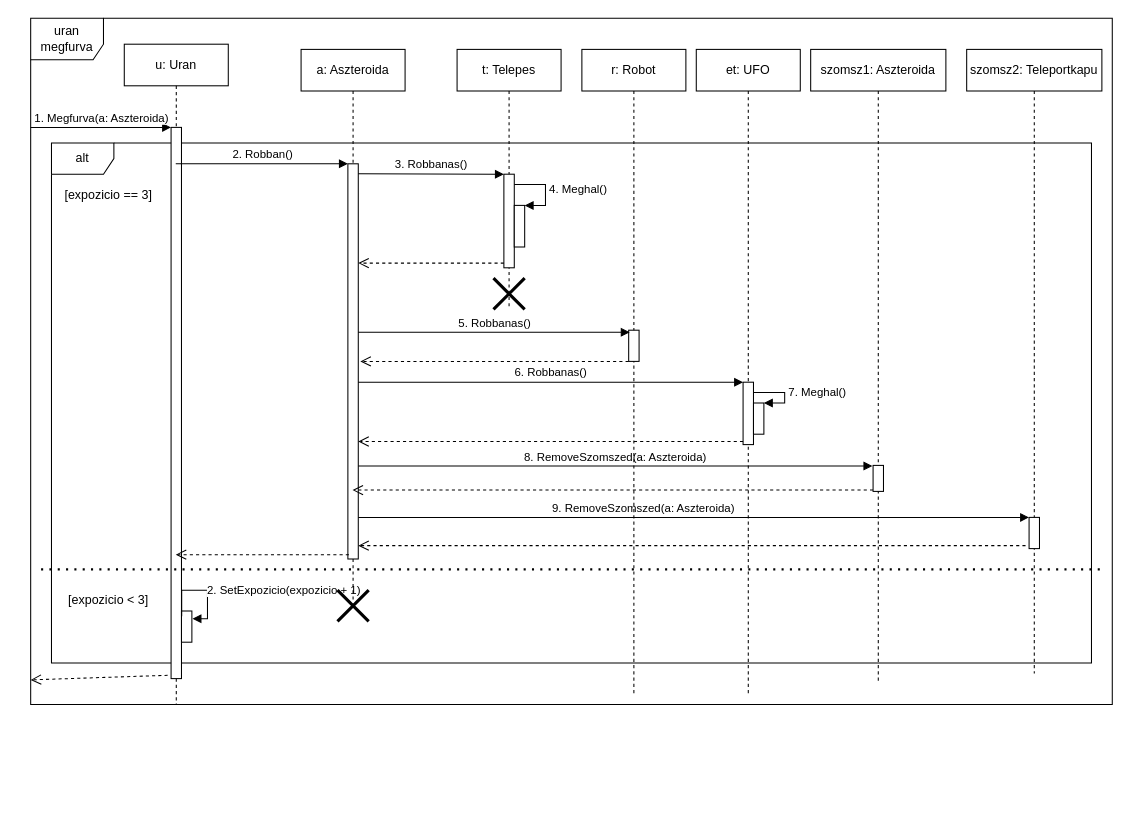
The draw.io diagram page "aszteroida robban" (2 of 5) of doc/szekvencia/szek_UranLerak.drawio in torpeBoiGo/aszteroidabanyaszat, before the edit. Source tidied: cells renumbered, new cells numbered last; positions are measured from the earlier drawing's top-left corner, leaving out a move shared by most shapes. Both pictures are drawn from the tidied source at 104%, with x=0, y=0 at pixel (30, 18).
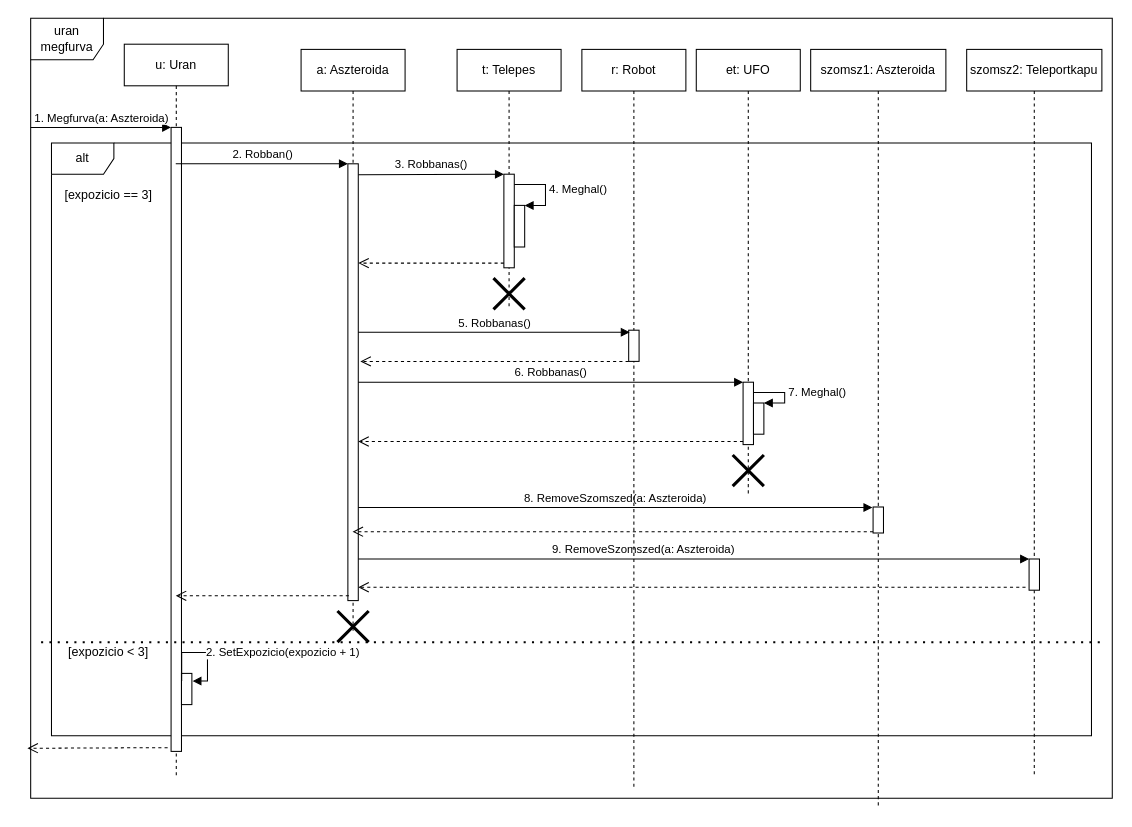
After the change.

Commit message:
X jel a meghalás után

Diff of the diagram source:
```diff
@@
     <mxCell id="2" value="uran megfurva" style="shape=umlFrame;whiteSpace=wrap;html=1;width=70;height=40;" parent="1" vertex="1">
-      <mxGeometry width="1040" height="660" as="geometry" />
+      <mxGeometry width="1040" height="750" as="geometry" />
     </mxCell>
     <mxCell id="3" value="alt" style="shape=umlFrame;whiteSpace=wrap;html=1;" parent="1" vertex="1">
-      <mxGeometry x="20" y="120" width="1000" height="500" as="geometry" />
+      <mxGeometry x="20" y="120" width="1000" height="570" as="geometry" />
     </mxCell>
     <mxCell id="4" value="u: Uran" style="shape=umlLifeline;perimeter=lifelinePerimeter;whiteSpace=wrap;html=1;outlineConnect=0;" parent="1" vertex="1">
-      <mxGeometry x="90" y="25" width="100" height="635" as="geometry" />
+      <mxGeometry x="90" y="25" width="100" height="705" as="geometry" />
     </mxCell>
     <mxCell id="5" style="html=1;points=[];perimeter=orthogonalPerimeter;" parent="4" vertex="1">
-      <mxGeometry x="45" y="80" width="10" height="530" as="geometry" />
+      <mxGeometry x="45" y="80" width="10" height="600" as="geometry" />
     </mxCell>
@@
     <mxCell id="7" style="html=1;points=[];perimeter=orthogonalPerimeter;" parent="4" vertex="1">
-      <mxGeometry x="55" y="545" width="10" height="30" as="geometry" />
+      <mxGeometry x="55" y="605" width="10" height="30" as="geometry" />
     </mxCell>
     <mxCell id="8" value="2. SetExpozicio(expozicio + 1)" style="edgeStyle=orthogonalEdgeStyle;html=1;align=left;spacingLeft=2;endArrow=block;rounded=0;entryX=1.06;entryY=0.247;entryDx=0;entryDy=0;entryPerimeter=0;exitX=1.02;exitY=0.887;exitDx=0;exitDy=0;exitPerimeter=0;" parent="4" edge="1" source="5" target="7">
       <mxGeometry relative="1" as="geometry">
         <Array as="points">
-          <mxPoint x="55" y="525" />
-          <mxPoint x="80" y="525" />
-          <mxPoint x="80" y="552" />
+          <mxPoint x="55" y="585" />
+          <mxPoint x="80" y="585" />
+          <mxPoint x="80" y="612" />
         </Array>
       </mxGeometry>
     </mxCell>
     <mxCell id="9" value="a: Aszteroida" style="shape=umlLifeline;perimeter=lifelinePerimeter;whiteSpace=wrap;html=1;outlineConnect=0;" parent="1" vertex="1">
-      <mxGeometry x="260" y="30" width="100" height="530" as="geometry" />
+      <mxGeometry x="260" y="30" width="100" height="560" as="geometry" />
     </mxCell>
     <mxCell id="10" style="html=1;points=[];perimeter=orthogonalPerimeter;" parent="9" vertex="1">
-      <mxGeometry x="45" y="110" width="10" height="380" as="geometry" />
+      <mxGeometry x="45" y="110" width="10" height="420" as="geometry" />
     </mxCell>
     <mxCell id="11" style="shape=umlDestroy;whiteSpace=wrap;html=1;strokeWidth=3;" parent="9" vertex="1">
-      <mxGeometry x="35" y="520" width="30" height="30" as="geometry" />
+      <mxGeometry x="35" y="540" width="30" height="30" as="geometry" />
     </mxCell>
@@
     <mxCell id="23" value="szomsz2: Teleportkapu" style="shape=umlLifeline;perimeter=lifelinePerimeter;whiteSpace=wrap;html=1;" parent="1" vertex="1">
-      <mxGeometry x="900" y="30" width="130" height="600" as="geometry" />
+      <mxGeometry x="900" y="30" width="130" height="700" as="geometry" />
     </mxCell>
     <mxCell id="24" style="html=1;points=[];perimeter=orthogonalPerimeter;" parent="23" vertex="1">
-      <mxGeometry x="60" y="450" width="10" height="30" as="geometry" />
+      <mxGeometry x="60" y="490" width="10" height="30" as="geometry" />
     </mxCell>
     <mxCell id="25" value="szomsz1: Aszteroida" style="shape=umlLifeline;perimeter=lifelinePerimeter;whiteSpace=wrap;html=1;" parent="1" vertex="1">
-      <mxGeometry x="750" y="30" width="130" height="610" as="geometry" />
+      <mxGeometry x="750" y="30" width="130" height="730" as="geometry" />
     </mxCell>
     <mxCell id="26" style="html=1;points=[];perimeter=orthogonalPerimeter;" parent="25" vertex="1">
-      <mxGeometry x="60" y="400" width="10" height="25" as="geometry" />
+      <mxGeometry x="60" y="440" width="10" height="25" as="geometry" />
     </mxCell>
-    <mxCell id="27" style="html=1;verticalAlign=bottom;endArrow=open;dashed=1;endSize=8;exitX=-0.329;exitY=0.994;exitDx=0;exitDy=0;exitPerimeter=0;entryX=0;entryY=0.964;entryDx=0;entryDy=0;entryPerimeter=0;" parent="1" edge="1" source="5" target="2">
+    <mxCell id="27" style="html=1;verticalAlign=bottom;endArrow=open;dashed=1;endSize=8;exitX=-0.329;exitY=0.994;exitDx=0;exitDy=0;exitPerimeter=0;entryX=-0.003;entryY=0.936;entryDx=0;entryDy=0;entryPerimeter=0;" parent="1" edge="1" source="5" target="2">
       <mxGeometry relative="1" as="geometry" />
     </mxCell>
@@
     <mxCell id="30" value="r: Robot" style="shape=umlLifeline;perimeter=lifelinePerimeter;whiteSpace=wrap;html=1;" parent="1" vertex="1">
-      <mxGeometry x="530" y="30" width="100" height="620" as="geometry" />
+      <mxGeometry x="530" y="30" width="100" height="710" as="geometry" />
     </mxCell>
@@
     <mxCell id="35" value="[expozicio &amp;lt; 3]" style="text;html=1;strokeColor=none;fillColor=none;align=center;verticalAlign=middle;whiteSpace=wrap;rounded=0;" parent="1" vertex="1">
-      <mxGeometry x="30" y="550" width="90" height="20" as="geometry" />
+      <mxGeometry x="30" y="600" width="90" height="20" as="geometry" />
     </mxCell>
     <mxCell id="36" style="endArrow=none;dashed=1;html=1;dashPattern=1 3;strokeWidth=2;" parent="1" edge="1">
       <mxGeometry relative="1" as="geometry">
-        <mxPoint x="10" y="530" as="sourcePoint" />
-        <mxPoint x="1030" y="530" as="targetPoint" />
+        <mxPoint x="10" y="600" as="sourcePoint" />
+        <mxPoint x="1030" y="600" as="targetPoint" />
       </mxGeometry>
     </mxCell>
     <mxCell id="37" value="et: UFO" style="shape=umlLifeline;perimeter=lifelinePerimeter;whiteSpace=wrap;html=1;" parent="1" vertex="1">
-      <mxGeometry x="640" y="30" width="100" height="620" as="geometry" />
+      <mxGeometry x="640" y="30" width="100" height="430" as="geometry" />
     </mxCell>
@@
+    <mxCell id="43" style="shape=umlDestroy;whiteSpace=wrap;html=1;strokeWidth=3;" parent="37" vertex="1">
+      <mxGeometry x="35" y="390" width="30" height="30" as="geometry" />
+    </mxCell>
```
